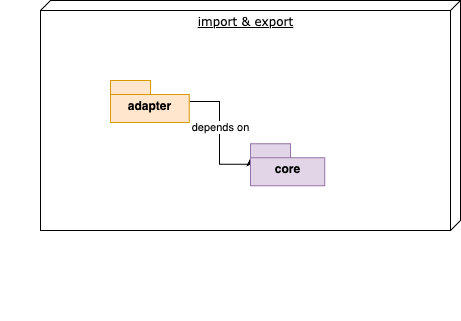
The draw.io diagram docs/assets/static-level-3.drawio.png in tinohertlein/timesheet-wizard, before a commit. Source tidied: cells renumbered, new cells last; positions are measured from the earlier drawing's top-left corner, leaving out a move shared by most shapes.
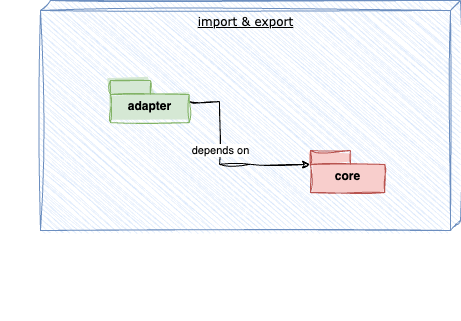
Above is the later version.

What changed in the source:
```diff
@@ -5,10 +5,10 @@
     <mxCell id="2" style="group;align=center;verticalAlign=bottom;" parent="1" vertex="1">
       <mxGeometry width="460" height="320" as="geometry" />
     </mxCell>
-    <mxCell id="3" value="import &amp;amp; export" style="verticalAlign=top;align=center;spacingTop=8;spacingLeft=2;spacingRight=12;shape=cube;size=10;direction=south;fontStyle=4;html=1;rounded=0;shadow=0;comic=0;labelBackgroundColor=none;strokeWidth=1;fontFamily=Verdana;fontSize=12;" parent="2" vertex="1">
+    <mxCell id="3" value="import &amp;amp; export" style="verticalAlign=top;align=center;spacingTop=8;spacingLeft=2;spacingRight=12;shape=cube;size=10;direction=south;fontStyle=4;html=1;rounded=0;shadow=0;comic=0;labelBackgroundColor=none;strokeWidth=1;fontFamily=Verdana;fontSize=12;sketch=1;curveFitting=1;jiggle=2;fillColor=#dae8fc;strokeColor=#6c8ebf;" parent="2" vertex="1">
       <mxGeometry x="40" width="420" height="230" as="geometry" />
     </mxCell>
-    <mxCell id="4" style="edgeStyle=orthogonalEdgeStyle;rounded=0;jettySize=auto;html=1;entryX=0;entryY=0;entryDx=0;entryDy=14;entryPerimeter=0;" parent="2" edge="1" source="6" target="7">
+    <mxCell id="4" style="edgeStyle=orthogonalEdgeStyle;rounded=0;jettySize=auto;html=1;entryX=0;entryY=0;entryDx=0;entryDy=14;entryPerimeter=0;sketch=1;curveFitting=1;jiggle=2;" parent="2" edge="1" source="6" target="7">
       <mxGeometry relative="1" as="geometry">
         <Array as="points">
           <mxPoint x="219" y="100.8" />
@@ -20,11 +20,11 @@
     <mxCell id="5" value="depends on" style="edgeLabel;html=1;align=center;verticalAlign=middle;" parent="4" vertex="1">
       <mxGeometry x="-0.14" relative="1" as="geometry" />
     </mxCell>
-    <mxCell id="6" value="adapter" style="shape=folder;fontStyle=1;spacingTop=10;tabWidth=40;tabHeight=14;tabPosition=left;html=1;fillColor=#ffe6cc;strokeColor=#d79b00;" parent="2" vertex="1">
+    <mxCell id="6" value="adapter" style="shape=folder;fontStyle=1;spacingTop=10;tabWidth=40;tabHeight=14;tabPosition=left;html=1;fillColor=#d5e8d4;strokeColor=#82b366;sketch=1;curveFitting=1;jiggle=2;fillStyle=solid;" parent="2" vertex="1">
       <mxGeometry x="110" y="80" width="78.7" height="42.1" as="geometry" />
     </mxCell>
-    <mxCell id="7" value="core" style="shape=folder;fontStyle=1;spacingTop=10;tabWidth=40;tabHeight=14;tabPosition=left;html=1;fillColor=#e1d5e7;strokeColor=#9673a6;" parent="2" vertex="1">
-      <mxGeometry x="250" y="143.2" width="74.2" height="42.1" as="geometry" />
+    <mxCell id="7" value="core" style="shape=folder;fontStyle=1;spacingTop=10;tabWidth=40;tabHeight=14;tabPosition=left;html=1;fillColor=#f8cecc;strokeColor=#b85450;sketch=1;curveFitting=1;jiggle=2;fillStyle=solid;" parent="2" vertex="1">
+      <mxGeometry x="310" y="150" width="74.2" height="42.1" as="geometry" />
     </mxCell>
   </root>
 </mxGraphModel>
```
